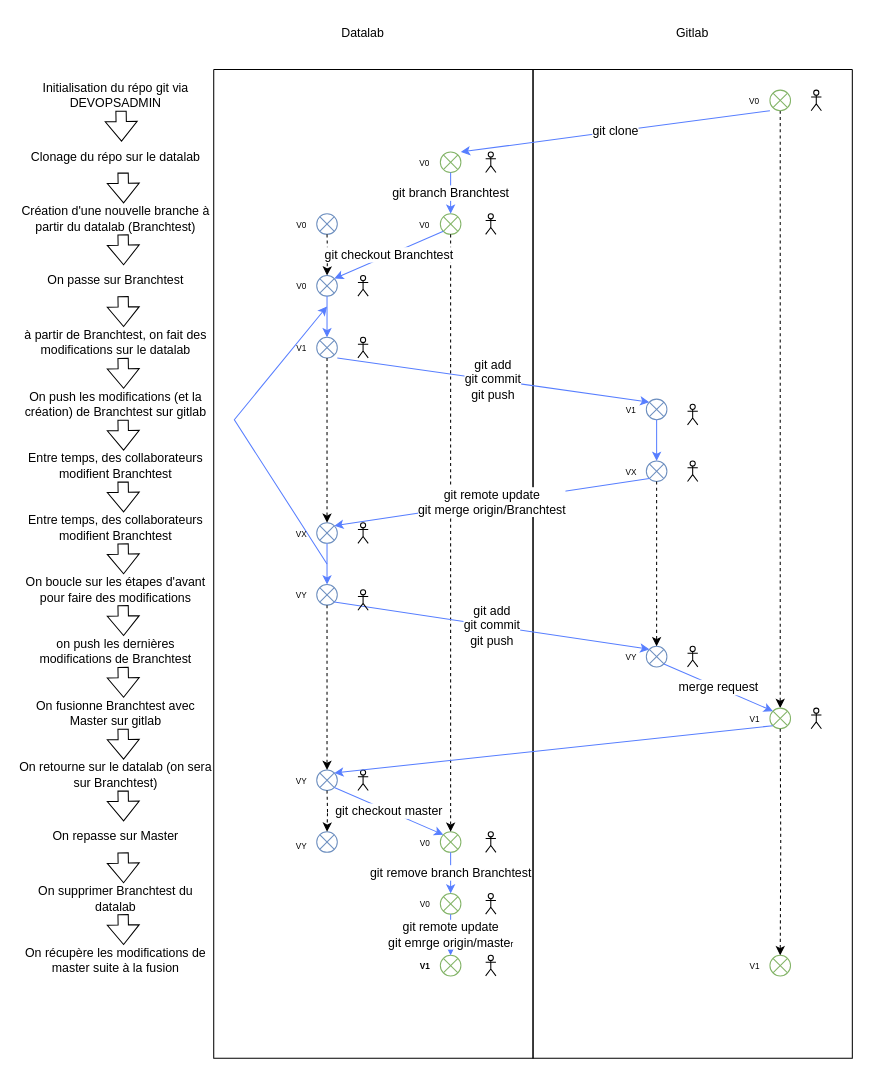
Before: Diagramme sans nom.drawio in lepelletieralexandre/PA, a draw.io diagram. Source tidied: cells renumbered, new cells numbered last; positions are measured from the earlier drawing's top-left corner, leaving out a move shared by most shapes. Both pictures are drawn from the tidied source at 103%, with x=0, y=0 at pixel (18, 18).
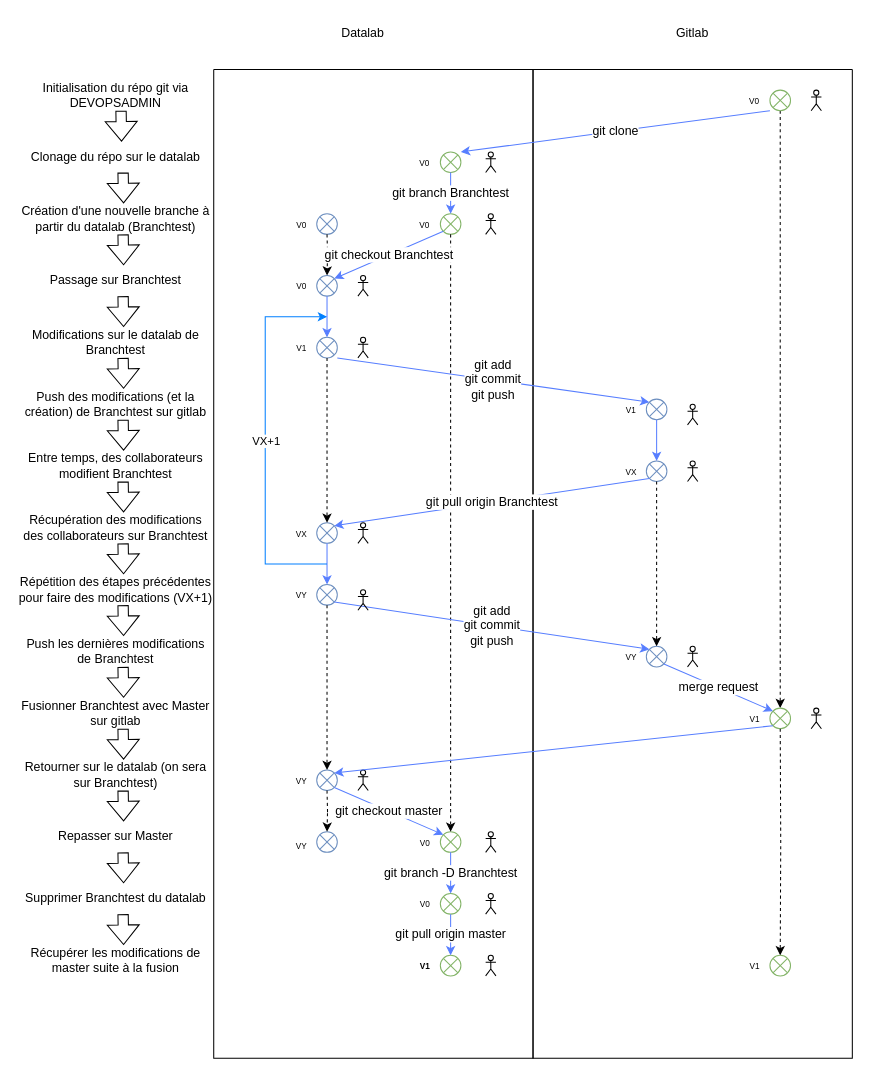
The same diagram, later.

Commit message:
Mettre à jour Diagramme sans nom.drawio

Unchanged cells that the change refers to:
```xml
<mxCell id="8" style="shape=sumEllipse;perimeter=ellipsePerimeter;whiteSpace=wrap;html=1;backgroundOutline=1;fillColor=none;strokeColor=#82b366;" parent="1" vertex="1">
  <mxGeometry x="410" y="850" width="20" height="20" as="geometry" />
</mxCell>
<mxCell id="9" style="shape=sumEllipse;perimeter=ellipsePerimeter;whiteSpace=wrap;html=1;backgroundOutline=1;fillColor=none;strokeColor=#82b366;" parent="1" vertex="1">
  <mxGeometry x="410" y="790" width="20" height="20" as="geometry" />
</mxCell>
<mxCell id="10" style="shape=sumEllipse;perimeter=ellipsePerimeter;whiteSpace=wrap;html=1;backgroundOutline=1;fillColor=none;strokeColor=#82b366;" parent="1" vertex="1">
  <mxGeometry x="410" y="910" width="20" height="20" as="geometry" />
</mxCell>
<mxCell id="11" style="shape=sumEllipse;perimeter=ellipsePerimeter;whiteSpace=wrap;html=1;backgroundOutline=1;fillColor=none;strokeColor=#6c8ebf;" parent="1" vertex="1">
  <mxGeometry x="610" y="430" width="20" height="20" as="geometry" />
</mxCell>
<mxCell id="16" style="shape=sumEllipse;perimeter=ellipsePerimeter;whiteSpace=wrap;html=1;backgroundOutline=1;fillColor=none;strokeColor=#6c8ebf;" parent="1" vertex="1">
  <mxGeometry x="290" y="490" width="20" height="20" as="geometry" />
</mxCell>
<mxCell id="21" style="swimlane;startSize=0;fillColor=none;" parent="1" vertex="1">
  <mxGeometry x="190" y="50" width="310" height="960" as="geometry" />
</mxCell>
```

What changed in the source:
```diff
@@
-    <mxCell id="31" value="&lt;font style=&quot;font-size: 12px;&quot;&gt;&lt;br&gt;&lt;/font&gt;" style="endArrow=classic;html=1;rounded=0;fontSize=8;fillColor=#dae8fc;strokeColor=#577EFF;startArrow=none;" parent="21" edge="1">
-      <mxGeometry x="0.08" y="70" relative="1" as="geometry">
-        <mxPoint x="110" y="480" as="sourcePoint" />
-        <mxPoint x="110" y="230" as="targetPoint" />
-        <Array as="points">
-          <mxPoint x="20" y="340" />
-        </Array>
-      </mxGeometry>
-    </mxCell>
@@
-    <mxCell id="71" value="&lt;font style=&quot;font-size: 12px;&quot;&gt;git remote update&lt;br&gt;git merge origin/Branchtest&lt;br&gt;&lt;/font&gt;" style="endArrow=classic;html=1;rounded=0;fontSize=8;fillColor=#dae8fc;strokeColor=#577EFF;exitX=0;exitY=1;exitDx=0;exitDy=0;entryX=1;entryY=0;entryDx=0;entryDy=0;" parent="1" edge="1" source="11" target="16">
+    <mxCell id="71" value="&lt;font style=&quot;font-size: 12px;&quot;&gt;git pull origin Branchtest&lt;br&gt;&lt;/font&gt;" style="endArrow=classic;html=1;rounded=0;fontSize=8;fillColor=#dae8fc;strokeColor=#577EFF;exitX=0;exitY=1;exitDx=0;exitDy=0;entryX=1;entryY=0;entryDx=0;entryDy=0;" parent="1" edge="1" source="11" target="16">
       <mxGeometry relative="1" as="geometry" />
     </mxCell>
@@
-    <mxCell id="77" value="&lt;font style=&quot;font-size: 12px;&quot;&gt;git remove branch Branchtest&lt;/font&gt;" style="endArrow=classic;html=1;rounded=0;fontSize=8;fillColor=#dae8fc;strokeColor=#577EFF;exitX=0.5;exitY=1;exitDx=0;exitDy=0;entryX=0.5;entryY=0;entryDx=0;entryDy=0;" parent="1" edge="1" source="9" target="8">
+    <mxCell id="77" value="&lt;font style=&quot;font-size: 12px;&quot;&gt;git branch -D Branchtest&lt;/font&gt;" style="endArrow=classic;html=1;rounded=0;fontSize=8;fillColor=#dae8fc;strokeColor=#577EFF;exitX=0.5;exitY=1;exitDx=0;exitDy=0;entryX=0.5;entryY=0;entryDx=0;entryDy=0;" parent="1" edge="1" source="9" target="8">
       <mxGeometry relative="1" as="geometry" />
     </mxCell>
-    <mxCell id="78" value="&lt;font style=&quot;font-size: 12px;&quot;&gt;git remote update&lt;br&gt;git emrge origin/maste&lt;/font&gt;r" style="endArrow=classic;html=1;rounded=0;fontSize=8;fillColor=#dae8fc;strokeColor=#577EFF;exitX=0.5;exitY=1;exitDx=0;exitDy=0;entryX=0.5;entryY=0;entryDx=0;entryDy=0;" parent="1" edge="1" source="8" target="10">
+    <mxCell id="78" value="&lt;span style=&quot;font-size: 12px;&quot;&gt;git pull origin master&lt;/span&gt;" style="endArrow=classic;html=1;rounded=0;fontSize=8;fillColor=#dae8fc;strokeColor=#577EFF;exitX=0.5;exitY=1;exitDx=0;exitDy=0;entryX=0.5;entryY=0;entryDx=0;entryDy=0;" parent="1" edge="1" source="8" target="10">
       <mxGeometry relative="1" as="geometry" />
     </mxCell>
@@
-    <mxCell id="97" value="On passe sur Branchtest" style="text;html=1;strokeColor=none;fillColor=none;align=center;verticalAlign=middle;whiteSpace=wrap;rounded=0;" parent="1" vertex="1">
+    <mxCell id="97" value="Passage sur Branchtest" style="text;html=1;strokeColor=none;fillColor=none;align=center;verticalAlign=middle;whiteSpace=wrap;rounded=0;" parent="1" vertex="1">
       <mxGeometry y="240" width="190" height="30" as="geometry" />
     </mxCell>
-    <mxCell id="98" value="à partir de Branchtest, on fait des modifications sur le datalab" style="text;html=1;strokeColor=none;fillColor=none;align=center;verticalAlign=middle;whiteSpace=wrap;rounded=0;" parent="1" vertex="1">
+    <mxCell id="98" value="Modifications sur le datalab de Branchtest" style="text;html=1;strokeColor=none;fillColor=none;align=center;verticalAlign=middle;whiteSpace=wrap;rounded=0;" parent="1" vertex="1">
       <mxGeometry y="300" width="190" height="30" as="geometry" />
     </mxCell>
-    <mxCell id="99" value="On push les modifications (et la création) de Branchtest sur gitlab" style="text;html=1;strokeColor=none;fillColor=none;align=center;verticalAlign=middle;whiteSpace=wrap;rounded=0;" parent="1" vertex="1">
+    <mxCell id="99" value="Push des modifications (et la création) de Branchtest sur gitlab" style="text;html=1;strokeColor=none;fillColor=none;align=center;verticalAlign=middle;whiteSpace=wrap;rounded=0;" parent="1" vertex="1">
       <mxGeometry y="360" width="190" height="30" as="geometry" />
     </mxCell>
@@
-    <mxCell id="101" value="Entre temps, des collaborateurs modifient Branchtest" style="text;html=1;strokeColor=none;fillColor=none;align=center;verticalAlign=middle;whiteSpace=wrap;rounded=0;" parent="1" vertex="1">
+    <mxCell id="101" value="Récupération des modifications des collaborateurs sur Branchtest" style="text;html=1;strokeColor=none;fillColor=none;align=center;verticalAlign=middle;whiteSpace=wrap;rounded=0;" parent="1" vertex="1">
       <mxGeometry y="480" width="190" height="30" as="geometry" />
     </mxCell>
-    <mxCell id="102" value="On boucle sur les étapes d'avant pour faire des modifications" style="text;html=1;strokeColor=none;fillColor=none;align=center;verticalAlign=middle;whiteSpace=wrap;rounded=0;" parent="1" vertex="1">
+    <mxCell id="102" value="Répétition des étapes précédentes pour faire des modifications (VX+1)" style="text;html=1;strokeColor=none;fillColor=none;align=center;verticalAlign=middle;whiteSpace=wrap;rounded=0;" parent="1" vertex="1">
       <mxGeometry y="540" width="190" height="30" as="geometry" />
     </mxCell>
-    <mxCell id="103" value="on push les dernières modifications de Branchtest" style="text;html=1;strokeColor=none;fillColor=none;align=center;verticalAlign=middle;whiteSpace=wrap;rounded=0;" parent="1" vertex="1">
+    <mxCell id="103" value="Push les dernières modifications de Branchtest" style="text;html=1;strokeColor=none;fillColor=none;align=center;verticalAlign=middle;whiteSpace=wrap;rounded=0;" parent="1" vertex="1">
       <mxGeometry y="600" width="190" height="30" as="geometry" />
     </mxCell>
-    <mxCell id="104" value="On fusionne Branchtest avec Master sur gitlab" style="text;html=1;strokeColor=none;fillColor=none;align=center;verticalAlign=middle;whiteSpace=wrap;rounded=0;" parent="1" vertex="1">
+    <mxCell id="104" value="Fusionner Branchtest avec Master sur gitlab" style="text;html=1;strokeColor=none;fillColor=none;align=center;verticalAlign=middle;whiteSpace=wrap;rounded=0;" parent="1" vertex="1">
       <mxGeometry y="660" width="190" height="30" as="geometry" />
     </mxCell>
-    <mxCell id="105" value="On retourne sur le datalab (on sera sur Branchtest)" style="text;html=1;strokeColor=none;fillColor=none;align=center;verticalAlign=middle;whiteSpace=wrap;rounded=0;" parent="1" vertex="1">
+    <mxCell id="105" value="Retourner sur le datalab (on sera sur Branchtest)" style="text;html=1;strokeColor=none;fillColor=none;align=center;verticalAlign=middle;whiteSpace=wrap;rounded=0;" parent="1" vertex="1">
       <mxGeometry y="720" width="190" height="30" as="geometry" />
     </mxCell>
-    <mxCell id="106" value="On repasse sur Master" style="text;html=1;strokeColor=none;fillColor=none;align=center;verticalAlign=middle;whiteSpace=wrap;rounded=0;" parent="1" vertex="1">
+    <mxCell id="106" value="Repasser sur Master" style="text;html=1;strokeColor=none;fillColor=none;align=center;verticalAlign=middle;whiteSpace=wrap;rounded=0;" parent="1" vertex="1">
       <mxGeometry y="780" width="190" height="30" as="geometry" />
     </mxCell>
-    <mxCell id="107" value="On supprimer Branchtest du datalab" style="text;html=1;strokeColor=none;fillColor=none;align=center;verticalAlign=middle;whiteSpace=wrap;rounded=0;" parent="1" vertex="1">
+    <mxCell id="107" value="Supprimer Branchtest du datalab" style="text;html=1;strokeColor=none;fillColor=none;align=center;verticalAlign=middle;whiteSpace=wrap;rounded=0;" parent="1" vertex="1">
       <mxGeometry y="840" width="190" height="30" as="geometry" />
     </mxCell>
-    <mxCell id="108" value="On récupère les modifications de master suite à la fusion" style="text;html=1;strokeColor=none;fillColor=none;align=center;verticalAlign=middle;whiteSpace=wrap;rounded=0;" parent="1" vertex="1">
+    <mxCell id="108" value="Récupérer les modifications de master suite à la fusion" style="text;html=1;strokeColor=none;fillColor=none;align=center;verticalAlign=middle;whiteSpace=wrap;rounded=0;" parent="1" vertex="1">
       <mxGeometry y="900" width="190" height="30" as="geometry" />
     </mxCell>
+    <mxCell id="109" style="endArrow=classic;html=1;rounded=0;strokeColor=#007FFF;" parent="1" edge="1">
+      <mxGeometry relative="1" as="geometry">
+        <mxPoint x="300" y="530" as="sourcePoint" />
+        <mxPoint x="300" y="290" as="targetPoint" />
+        <Array as="points">
+          <mxPoint x="240" y="530" />
+          <mxPoint x="240" y="400" />
+          <mxPoint x="240" y="290" />
+        </Array>
+      </mxGeometry>
+    </mxCell>
+    <mxCell id="110" value="VX+1" style="edgeLabel;html=1;align=center;verticalAlign=middle;" parent="109" vertex="1">
+      <mxGeometry relative="1" as="geometry" />
+    </mxCell>
```
